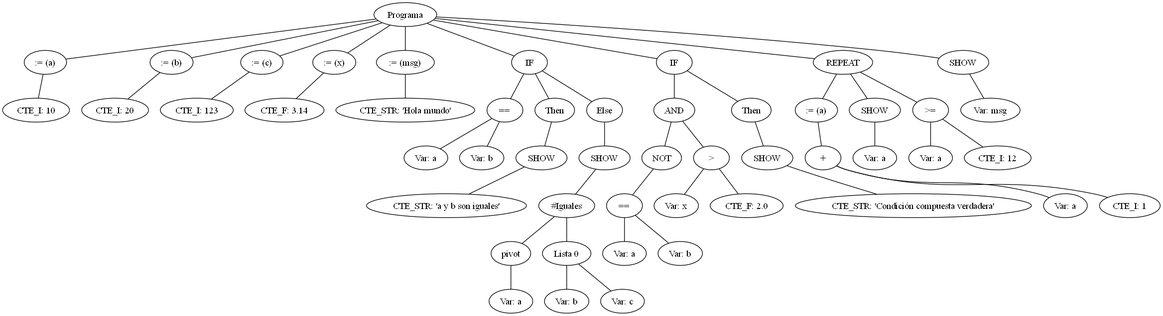
This is arbol.png from MatiasHerrneder/compiladores-2026, a Graphviz export, as it was before one commit. Its source is kept beside it as arbol.dot.
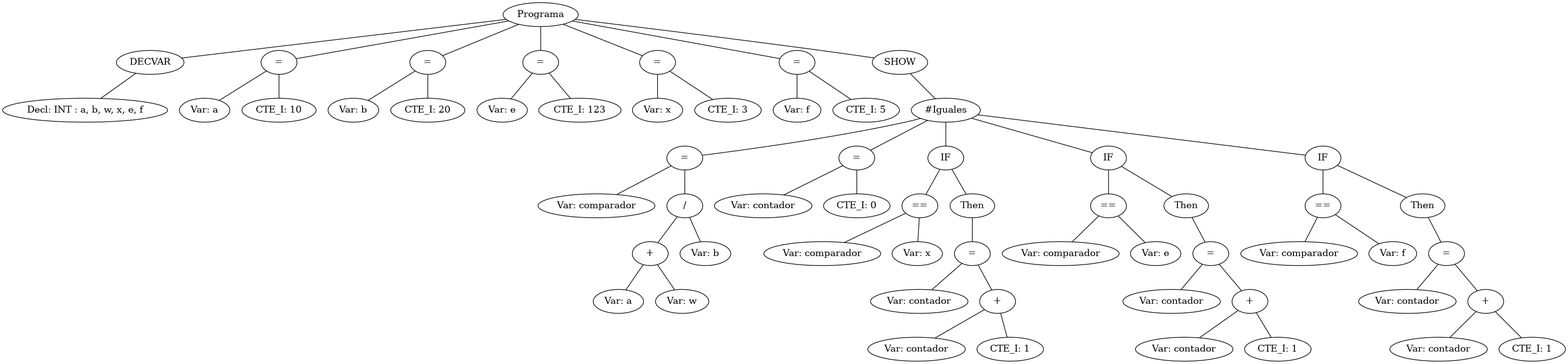
After the change.

Commit message:
Logica para generar arbol con nodos

Change to the diagram source:
```diff
@@ -1,100 +1,120 @@
 graph G {nodo_programa [label="Programa"]
-nodo_asig_142455398 [label=":= (a)"]
-nodo_programa -- nodo_asig_142455398
-nodo_cte_i_131679670 [label="CTE_I: 10"]
-nodo_asig_142455398 -- nodo_cte_i_131679670
-nodo_asig_624920126 [label=":= (b)"]
-nodo_programa -- nodo_asig_624920126
-nodo_cte_i_1364493742 [label="CTE_I: 20"]
-nodo_asig_624920126 -- nodo_cte_i_1364493742
-nodo_asig_878703456 [label=":= (c)"]
-nodo_programa -- nodo_asig_878703456
-nodo_cte_i_2045179048 [label="CTE_I: 123"]
-nodo_asig_878703456 -- nodo_cte_i_2045179048
-nodo_asig_540115932 [label=":= (x)"]
-nodo_programa -- nodo_asig_540115932
-nodo_cte_f_1430068097 [label="CTE_F: 3.14"]
-nodo_asig_540115932 -- nodo_cte_f_1430068097
-nodo_asig_1105230274 [label=":= (msg)"]
-nodo_programa -- nodo_asig_1105230274
-nodo_cte_str_1323854037 [label="CTE_STR: 'Hola mundo'"]
-nodo_asig_1105230274 -- nodo_cte_str_1323854037
-nodo_1617618909 [label="IF"]
-nodo_programa -- nodo_1617618909
-nodo_cond_2028522811 [label="=="]
-nodo_1617618909 -- nodo_cond_2028522811
-nodo_var_981767565 [label="Var: a"]
-nodo_cond_2028522811 -- nodo_var_981767565
-nodo_var_933752008 [label="Var: b"]
-nodo_cond_2028522811 -- nodo_var_933752008
-nodo_1176404126 [label="Then"]
-nodo_1617618909 -- nodo_1176404126
-nodo_show_1056646616 [label="SHOW"]
-nodo_1176404126 -- nodo_show_1056646616
-nodo_cte_str_541976439 [label="CTE_STR: 'a y b son iguales'"]
-nodo_show_1056646616 -- nodo_cte_str_541976439
-nodo_6774724 [label="Else"]
-nodo_1617618909 -- nodo_6774724
-nodo_show_233439525 [label="SHOW"]
-nodo_6774724 -- nodo_show_233439525
-nodo_iguales_1784164517 [label="#Iguales"]
-nodo_show_233439525 -- nodo_iguales_1784164517
-nodo_pivot_1784164517 [label="pivot"]
-nodo_iguales_1784164517 -- nodo_pivot_1784164517
-nodo_var_627119302 [label="Var: a"]
-nodo_pivot_1784164517 -- nodo_var_627119302
-nodo_lista_0_1784164517 [label="Lista 0"]
-nodo_iguales_1784164517 -- nodo_lista_0_1784164517
-nodo_var_697940526 [label="Var: b"]
-nodo_lista_0_1784164517 -- nodo_var_697940526
-nodo_var_1948742929 [label="Var: c"]
-nodo_lista_0_1784164517 -- nodo_var_1948742929
-nodo_1599192616 [label="IF"]
-nodo_programa -- nodo_1599192616
-nodo_cond_1924875808 [label="AND"]
-nodo_1599192616 -- nodo_cond_1924875808
-nodo_cond_370662035 [label="NOT"]
-nodo_cond_1924875808 -- nodo_cond_370662035
-nodo_cond_1507306173 [label="=="]
-nodo_cond_370662035 -- nodo_cond_1507306173
-nodo_var_187039569 [label="Var: a"]
-nodo_cond_1507306173 -- nodo_var_187039569
-nodo_var_596062803 [label="Var: b"]
-nodo_cond_1507306173 -- nodo_var_596062803
-nodo_cond_200062962 [label=">"]
-nodo_cond_1924875808 -- nodo_cond_200062962
-nodo_var_1871341168 [label="Var: x"]
-nodo_cond_200062962 -- nodo_var_1871341168
-nodo_cte_f_1265746855 [label="CTE_F: 2.0"]
-nodo_cond_200062962 -- nodo_cte_f_1265746855
-nodo_912041107 [label="Then"]
-nodo_1599192616 -- nodo_912041107
-nodo_show_1069747146 [label="SHOW"]
-nodo_912041107 -- nodo_show_1069747146
-nodo_cte_str_54936484 [label="CTE_STR: 'Condición compuesta verdadera'"]
-nodo_show_1069747146 -- nodo_cte_str_54936484
-nodo_repeat_1190118544 [label="REPEAT"]
-nodo_programa -- nodo_repeat_1190118544
-nodo_asig_1687875208 [label=":= (a)"]
-nodo_repeat_1190118544 -- nodo_asig_1687875208
-nodo_expbin_1134572682 [label="+"]
-nodo_asig_1687875208 -- nodo_expbin_1134572682
-nodo_var_1917453369 [label="Var: a"]
-nodo_expbin_1134572682 -- nodo_var_1917453369
-nodo_cte_i_1253676452 [label="CTE_I: 1"]
-nodo_expbin_1134572682 -- nodo_cte_i_1253676452
-nodo_show_2036649173 [label="SHOW"]
-nodo_repeat_1190118544 -- nodo_show_2036649173
-nodo_var_992129815 [label="Var: a"]
-nodo_show_2036649173 -- nodo_var_992129815
-nodo_cond_434832262 [label=">="]
-nodo_repeat_1190118544 -- nodo_cond_434832262
-nodo_var_536453546 [label="Var: a"]
-nodo_cond_434832262 -- nodo_var_536453546
-nodo_cte_i_1076151524 [label="CTE_I: 12"]
-nodo_cond_434832262 -- nodo_cte_i_1076151524
-nodo_show_1848667644 [label="SHOW"]
-nodo_programa -- nodo_show_1848667644
-nodo_var_797353103 [label="Var: msg"]
-nodo_show_1848667644 -- nodo_var_797353103
+nodo_decvar_1317328735 [label="DECVAR"]
+nodo_programa -- nodo_decvar_1317328735
+nodo_decl_1293213976 [label="Decl: INT : a, b, w, x, e, f"]
+nodo_decvar_1317328735 -- nodo_decl_1293213976
+nodo_asig_1130226802 [label="="]
+nodo_programa -- nodo_asig_1130226802
+nodo_var_1182003284 [label="Var: a"]
+nodo_asig_1130226802 -- nodo_var_1182003284
+nodo_cte_i_782629354 [label="CTE_I: 10"]
+nodo_asig_1130226802 -- nodo_cte_i_782629354
+nodo_asig_1154728199 [label="="]
+nodo_programa -- nodo_asig_1154728199
+nodo_var_1744946075 [label="Var: b"]
+nodo_asig_1154728199 -- nodo_var_1744946075
+nodo_cte_i_833191839 [label="CTE_I: 20"]
+nodo_asig_1154728199 -- nodo_cte_i_833191839
+nodo_asig_818064105 [label="="]
+nodo_programa -- nodo_asig_818064105
+nodo_var_1791204879 [label="Var: e"]
+nodo_asig_818064105 -- nodo_var_1791204879
+nodo_cte_i_205034967 [label="CTE_I: 123"]
+nodo_asig_818064105 -- nodo_cte_i_205034967
+nodo_asig_1989629512 [label="="]
+nodo_programa -- nodo_asig_1989629512
+nodo_var_1403465617 [label="Var: x"]
+nodo_asig_1989629512 -- nodo_var_1403465617
+nodo_cte_i_635625484 [label="CTE_I: 3"]
+nodo_asig_1989629512 -- nodo_cte_i_635625484
+nodo_asig_1832669002 [label="="]
+nodo_programa -- nodo_asig_1832669002
+nodo_var_567632307 [label="Var: f"]
+nodo_asig_1832669002 -- nodo_var_567632307
+nodo_cte_i_1273239999 [label="CTE_I: 5"]
+nodo_asig_1832669002 -- nodo_cte_i_1273239999
+nodo_show_2041864783 [label="SHOW"]
+nodo_programa -- nodo_show_2041864783
+nodo_iguales_1996305452 [label="#Iguales"]
+nodo_show_2041864783 -- nodo_iguales_1996305452
+nodo_asig_303640621 [label="="]
+nodo_iguales_1996305452 -- nodo_asig_303640621
+nodo_var_393071730 [label="Var: comparador"]
+nodo_asig_303640621 -- nodo_var_393071730
+nodo_expbin_1292989130 [label="/"]
+nodo_asig_303640621 -- nodo_expbin_1292989130
+nodo_expbin_1389519632 [label="+"]
+nodo_expbin_1292989130 -- nodo_expbin_1389519632
+nodo_var_1445251104 [label="Var: a"]
+nodo_expbin_1389519632 -- nodo_var_1445251104
+nodo_var_794001610 [label="Var: w"]
+nodo_expbin_1389519632 -- nodo_var_794001610
+nodo_var_1771188424 [label="Var: b"]
+nodo_expbin_1292989130 -- nodo_var_1771188424
+nodo_asig_152455679 [label="="]
+nodo_iguales_1996305452 -- nodo_asig_152455679
+nodo_var_1477225714 [label="Var: contador"]
+nodo_asig_152455679 -- nodo_var_1477225714
+nodo_cte_i_581439105 [label="CTE_I: 0"]
+nodo_asig_152455679 -- nodo_cte_i_581439105
+nodo_1094931370 [label="IF"]
+nodo_iguales_1996305452 -- nodo_1094931370
+nodo_cond_444636151 [label="=="]
+nodo_1094931370 -- nodo_cond_444636151
+nodo_var_560099561 [label="Var: comparador"]
+nodo_cond_444636151 -- nodo_var_560099561
+nodo_var_1493817260 [label="Var: x"]
+nodo_cond_444636151 -- nodo_var_1493817260
+nodo_1130151490 [label="Then"]
+nodo_1094931370 -- nodo_1130151490
+nodo_asig_416902016 [label="="]
+nodo_1130151490 -- nodo_asig_416902016
+nodo_var_110629967 [label="Var: contador"]
+nodo_asig_416902016 -- nodo_var_110629967
+nodo_expbin_886032717 [label="+"]
+nodo_asig_416902016 -- nodo_expbin_886032717
+nodo_var_315088696 [label="Var: contador"]
+nodo_expbin_886032717 -- nodo_var_315088696
+nodo_cte_i_1100034955 [label="CTE_I: 1"]
+nodo_expbin_886032717 -- nodo_cte_i_1100034955
+nodo_124616090 [label="IF"]
+nodo_iguales_1996305452 -- nodo_124616090
+nodo_cond_1294096795 [label="=="]
+nodo_124616090 -- nodo_cond_1294096795
+nodo_var_1630560536 [label="Var: comparador"]
+nodo_cond_1294096795 -- nodo_var_1630560536
+nodo_var_52376217 [label="Var: e"]
+nodo_cond_1294096795 -- nodo_var_52376217
+nodo_695540702 [label="Then"]
+nodo_124616090 -- nodo_695540702
+nodo_asig_1167598279 [label="="]
+nodo_695540702 -- nodo_asig_1167598279
+nodo_var_447305070 [label="Var: contador"]
+nodo_asig_1167598279 -- nodo_var_447305070
+nodo_expbin_2029244290 [label="+"]
+nodo_asig_1167598279 -- nodo_expbin_2029244290
+nodo_var_2035908777 [label="Var: contador"]
+nodo_expbin_2029244290 -- nodo_var_2035908777
+nodo_cte_i_2110987103 [label="CTE_I: 1"]
+nodo_expbin_2029244290 -- nodo_cte_i_2110987103
+nodo_763442094 [label="IF"]
+nodo_iguales_1996305452 -- nodo_763442094
+nodo_cond_1273521731 [label="=="]
+nodo_763442094 -- nodo_cond_1273521731
+nodo_var_2114055007 [label="Var: comparador"]
+nodo_cond_1273521731 -- nodo_var_2114055007
+nodo_var_611451287 [label="Var: f"]
+nodo_cond_1273521731 -- nodo_var_611451287
+nodo_468520483 [label="Then"]
+nodo_763442094 -- nodo_468520483
+nodo_asig_1070940851 [label="="]
+nodo_468520483 -- nodo_asig_1070940851
+nodo_var_931656052 [label="Var: contador"]
+nodo_asig_1070940851 -- nodo_var_931656052
+nodo_expbin_1185791944 [label="+"]
+nodo_asig_1070940851 -- nodo_expbin_1185791944
+nodo_var_901922088 [label="Var: contador"]
+nodo_expbin_1185791944 -- nodo_var_901922088
+nodo_cte_i_538391033 [label="CTE_I: 1"]
+nodo_expbin_1185791944 -- nodo_cte_i_538391033
 }
```
